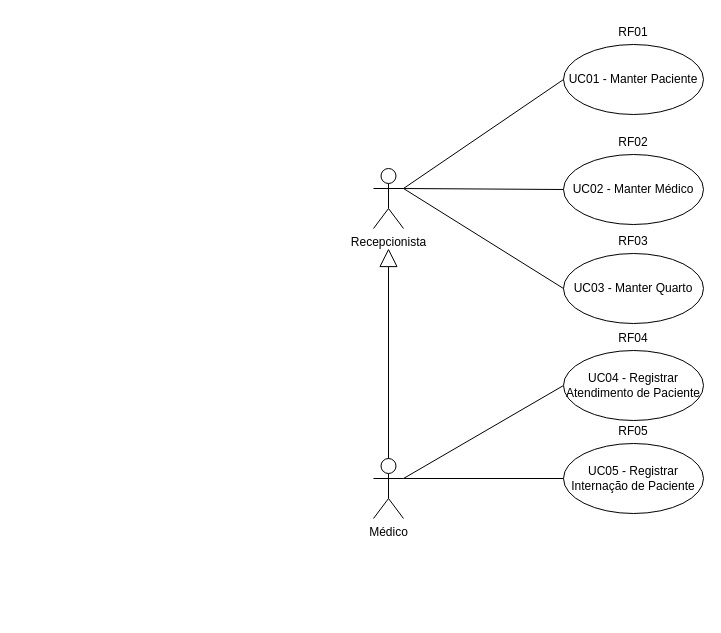
The draw.io diagram 1.drawio in Ajnus/INF1013_Modelagem_De_Software, before the edit. Source tidied: cells renumbered, new cells numbered last; positions are measured from the earlier drawing's top-left corner, leaving out a move shared by most shapes. Both pictures are drawn from the tidied source at 100%, with x=0, y=0 at pixel (373, 17).
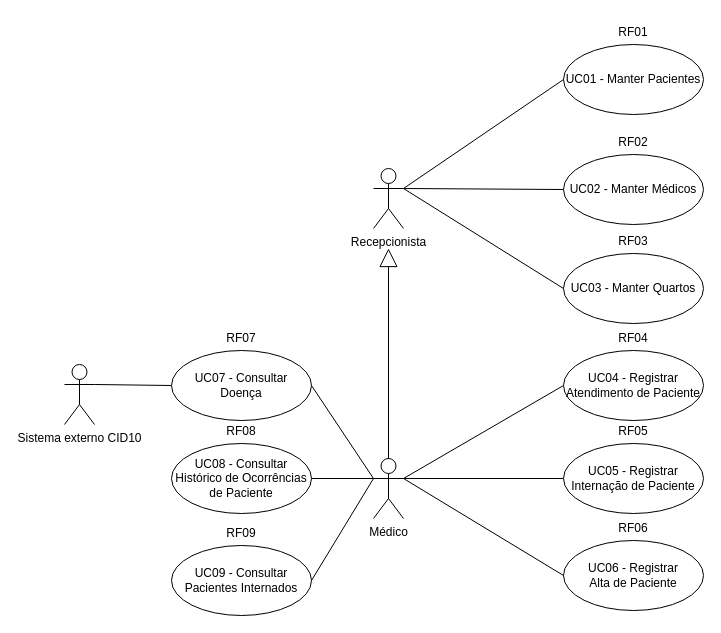
The same diagram, later.

The change refers to these unchanged cells:
```xml
<mxCell id="3" value="Médico" style="shape=umlActor;verticalLabelPosition=bottom;verticalAlign=top;html=1;outlineConnect=0;" parent="1" vertex="1">
  <mxGeometry y="441" width="30" height="60" as="geometry" />
</mxCell>
```

What changed in the source:
```diff
@@
-    <mxCell id="5" value="UC01 - Manter Paciente" style="ellipse;whiteSpace=wrap;html=1;" parent="1" vertex="1">
+    <mxCell id="5" value="UC01 - Manter Pacientes" style="ellipse;whiteSpace=wrap;html=1;" parent="1" vertex="1">
       <mxGeometry x="190" y="27" width="140" height="70" as="geometry" />
     </mxCell>
@@
-    <mxCell id="8" value="UC02 - Manter Médico" style="ellipse;whiteSpace=wrap;html=1;" parent="1" vertex="1">
+    <mxCell id="8" value="UC02 - Manter Médicos" style="ellipse;whiteSpace=wrap;html=1;" parent="1" vertex="1">
       <mxGeometry x="190" y="137" width="140" height="70" as="geometry" />
     </mxCell>
@@
-    <mxCell id="11" value="UC03 - Manter Quarto" style="ellipse;whiteSpace=wrap;html=1;" parent="1" vertex="1">
+    <mxCell id="11" value="UC03 - Manter Quartos" style="ellipse;whiteSpace=wrap;html=1;" parent="1" vertex="1">
       <mxGeometry x="190" y="236" width="140" height="70" as="geometry" />
     </mxCell>
@@
+    <mxCell id="20" value="UC06 - Registrar &lt;br&gt;Alta de Paciente" style="ellipse;whiteSpace=wrap;html=1;" parent="1" vertex="1">
+      <mxGeometry x="190" y="523" width="140" height="70" as="geometry" />
+    </mxCell>
+    <mxCell id="21" value="RF06" style="text;html=1;strokeColor=none;fillColor=none;align=center;verticalAlign=middle;whiteSpace=wrap;rounded=0;" parent="1" vertex="1">
+      <mxGeometry x="230" y="496" width="60" height="30" as="geometry" />
+    </mxCell>
+    <mxCell id="22" style="endArrow=none;html=1;rounded=0;entryX=0;entryY=0.5;entryDx=0;entryDy=0;exitX=1;exitY=0.3333333333333333;exitDx=0;exitDy=0;exitPerimeter=0;" parent="1" edge="1" source="3" target="20">
+      <mxGeometry relative="1" as="geometry" />
+    </mxCell>
+    <mxCell id="23" value="UC07 - Consultar&lt;br&gt; Doença" style="ellipse;whiteSpace=wrap;html=1;" parent="1" vertex="1">
+      <mxGeometry x="-202" y="333" width="140" height="70" as="geometry" />
+    </mxCell>
+    <mxCell id="24" style="endArrow=none;html=1;rounded=0;entryX=1;entryY=0.5;entryDx=0;entryDy=0;exitX=0;exitY=0.3333333333333333;exitDx=0;exitDy=0;exitPerimeter=0;" parent="1" edge="1" source="3" target="23">
+      <mxGeometry relative="1" as="geometry" />
+    </mxCell>
+    <mxCell id="25" value="RF07" style="text;html=1;strokeColor=none;fillColor=none;align=center;verticalAlign=middle;whiteSpace=wrap;rounded=0;" parent="1" vertex="1">
+      <mxGeometry x="-162" y="306" width="60" height="30" as="geometry" />
+    </mxCell>
+    <mxCell id="26" value="Sistema externo CID10" style="shape=umlActor;verticalLabelPosition=bottom;verticalAlign=top;html=1;outlineConnect=0;" parent="1" vertex="1">
+      <mxGeometry x="-309" y="347" width="30" height="60" as="geometry" />
+    </mxCell>
+    <mxCell id="27" style="endArrow=none;html=1;rounded=0;exitX=1;exitY=0.3333333333333333;exitDx=0;exitDy=0;exitPerimeter=0;entryX=0;entryY=0.5;entryDx=0;entryDy=0;" parent="1" edge="1" source="26" target="23">
+      <mxGeometry relative="1" as="geometry" />
+    </mxCell>
+    <mxCell id="28" value="UC08 - Consultar Histórico de Ocorrências de Paciente" style="ellipse;whiteSpace=wrap;html=1;" parent="1" vertex="1">
+      <mxGeometry x="-202" y="426" width="140" height="70" as="geometry" />
+    </mxCell>
+    <mxCell id="29" value="RF08" style="text;html=1;strokeColor=none;fillColor=none;align=center;verticalAlign=middle;whiteSpace=wrap;rounded=0;" parent="1" vertex="1">
+      <mxGeometry x="-162" y="399" width="60" height="30" as="geometry" />
+    </mxCell>
+    <mxCell id="30" style="endArrow=none;html=1;rounded=0;entryX=1;entryY=0.5;entryDx=0;entryDy=0;exitX=0;exitY=0.3333333333333333;exitDx=0;exitDy=0;exitPerimeter=0;" parent="1" edge="1" source="3" target="28">
+      <mxGeometry relative="1" as="geometry" />
+    </mxCell>
+    <mxCell id="31" value="UC09 - Consultar Pacientes Internados" style="ellipse;whiteSpace=wrap;html=1;" parent="1" vertex="1">
+      <mxGeometry x="-202" y="528" width="140" height="70" as="geometry" />
+    </mxCell>
+    <mxCell id="32" value="RF09" style="text;html=1;strokeColor=none;fillColor=none;align=center;verticalAlign=middle;whiteSpace=wrap;rounded=0;" parent="1" vertex="1">
+      <mxGeometry x="-162" y="501" width="60" height="30" as="geometry" />
+    </mxCell>
+    <mxCell id="33" style="endArrow=none;html=1;rounded=0;entryX=1;entryY=0.5;entryDx=0;entryDy=0;exitX=0;exitY=0.3333333333333333;exitDx=0;exitDy=0;exitPerimeter=0;" parent="1" edge="1" source="3" target="31">
+      <mxGeometry relative="1" as="geometry" />
+    </mxCell>
```
